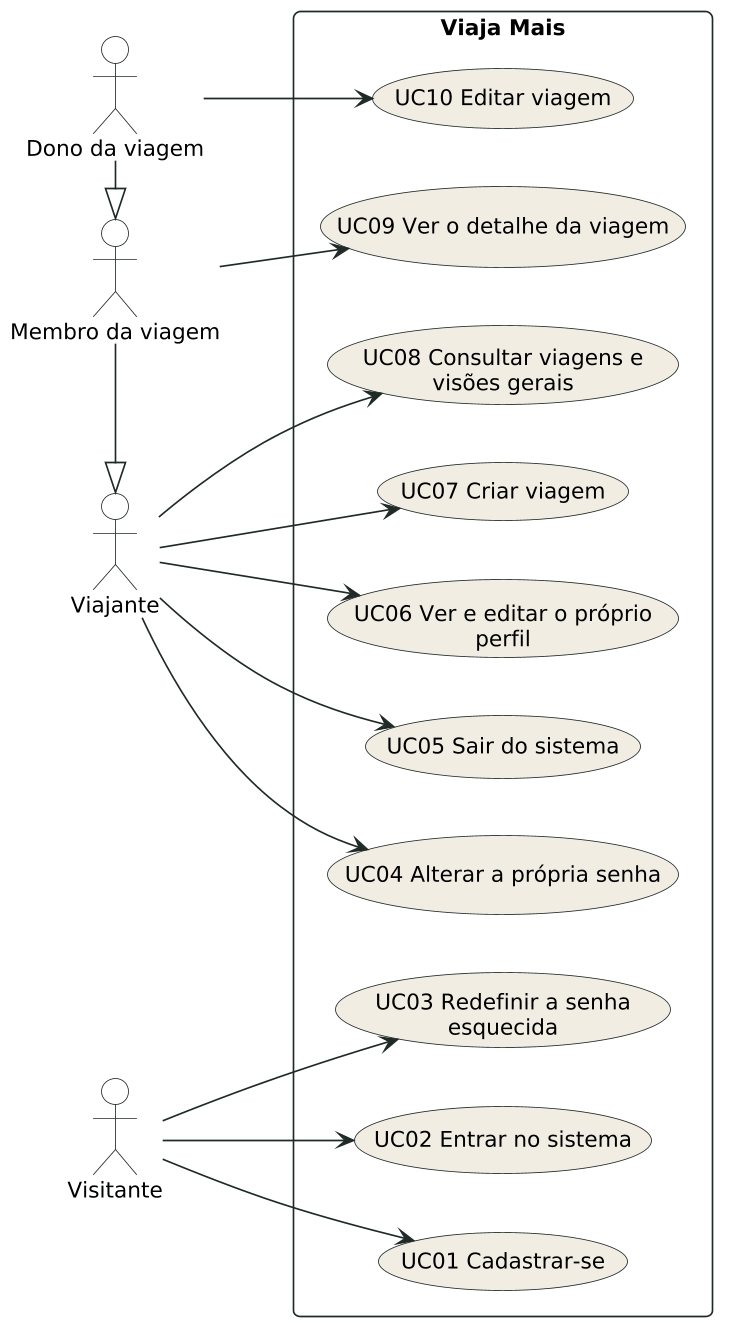
Above: docs/pfc/diagramas/17-2-uc-conta-e-viagem.png in Fernando-Oli/viaja-mais (PlantUML), before the change. Source of this version:
```plantuml
@startuml 17-2-uc-conta-e-viagem
skinparamlocked dpi 160
!include _tema.puml
left to right direction

actor "Visitante" as Visitante
actor "Viajante" as Viajante
actor "Membro da viagem" as Membro
actor "Dono da viagem" as Dono

Dono -|> Membro
Membro -|> Viajante

rectangle "Viaja Mais" {
  usecase "UC01 Cadastrar-se" as UC01
  usecase "UC02 Entrar no sistema" as UC02
  usecase "UC03 Redefinir a senha esquecida" as UC03
  usecase "UC04 Alterar a própria senha" as UC04
  usecase "UC05 Sair do sistema" as UC05
  usecase "UC06 Ver e editar o próprio perfil" as UC06
  usecase "UC07 Criar viagem" as UC07
  usecase "UC08 Consultar viagens e visões gerais" as UC08
  usecase "UC09 Ver o detalhe da viagem" as UC09
  usecase "UC10 Editar viagem" as UC10
}

Visitante --> UC01
Visitante --> UC02
Visitante --> UC03

Viajante --> UC04
Viajante --> UC05
Viajante --> UC06
Viajante --> UC07
Viajante --> UC08

Membro --> UC09

Dono --> UC10
@enduml
```
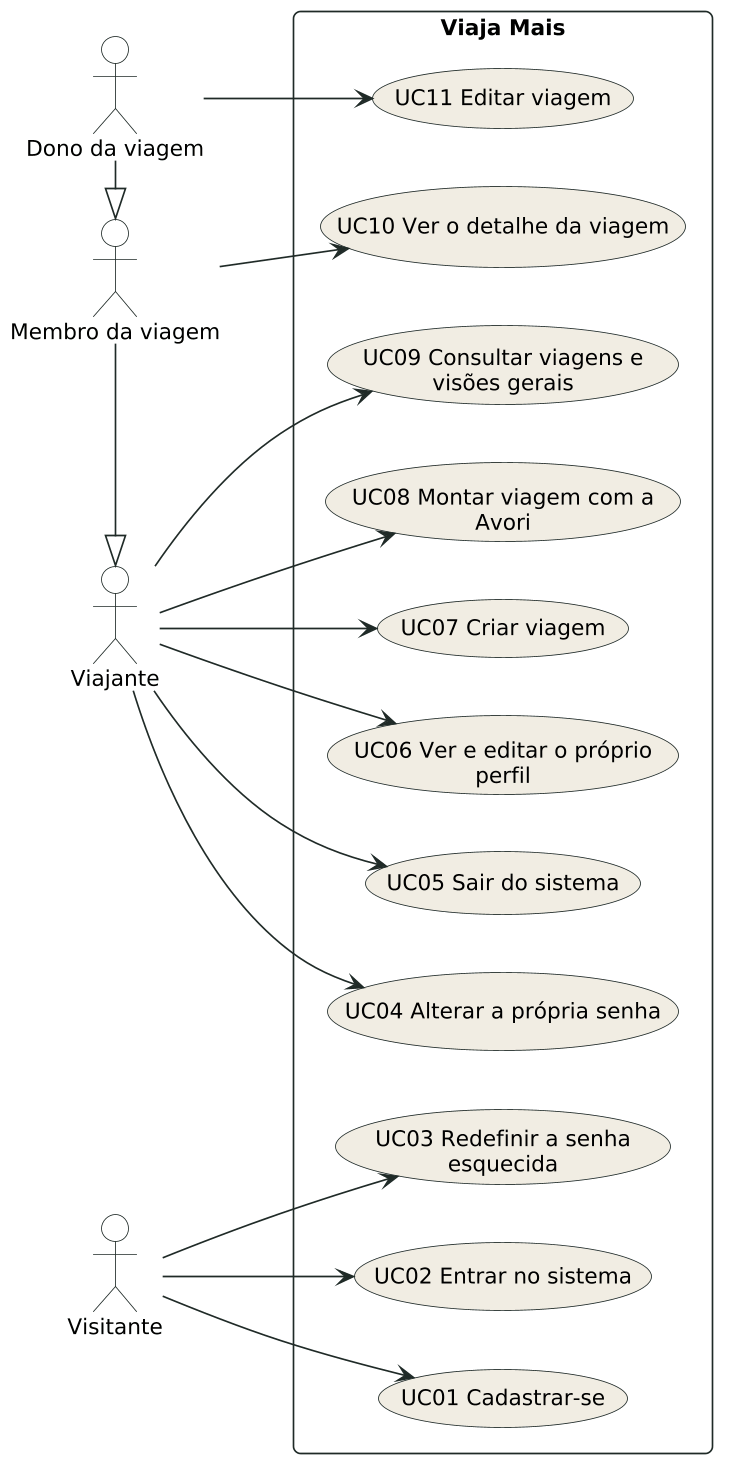
The same file after the commit.

The edit, as a diff of the source:
```diff
@@ -19,9 +19,10 @@
   usecase "UC05 Sair do sistema" as UC05
   usecase "UC06 Ver e editar o próprio perfil" as UC06
   usecase "UC07 Criar viagem" as UC07
-  usecase "UC08 Consultar viagens e visões gerais" as UC08
-  usecase "UC09 Ver o detalhe da viagem" as UC09
-  usecase "UC10 Editar viagem" as UC10
+  usecase "UC08 Montar viagem com a Avori" as UC08
+  usecase "UC09 Consultar viagens e visões gerais" as UC09
+  usecase "UC10 Ver o detalhe da viagem" as UC10
+  usecase "UC11 Editar viagem" as UC11
 }
 
 Visitante --> UC01
@@ -33,8 +34,9 @@
 Viajante --> UC06
 Viajante --> UC07
 Viajante --> UC08
+Viajante --> UC09
 
-Membro --> UC09
+Membro --> UC10
 
-Dono --> UC10
+Dono --> UC11
 @enduml
```
